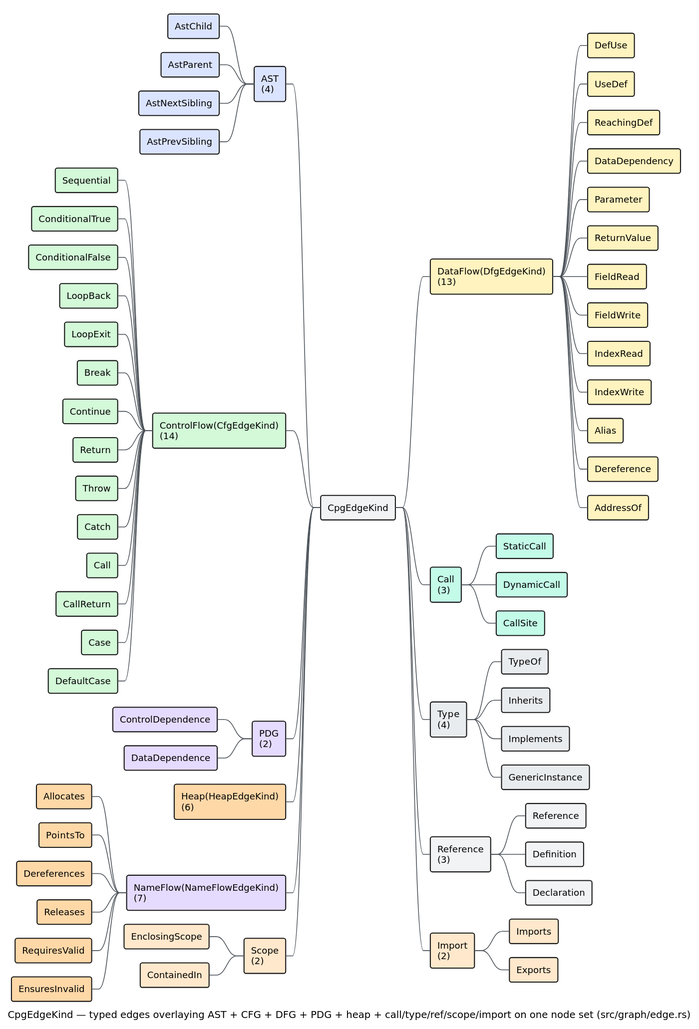
Earlier version of the PlantUML export docs/diagrams/edge-kind-taxonomy.svg (vinary-tree/libcpg). Its source is kept beside it as docs/diagrams/edge-kind-taxonomy.puml.
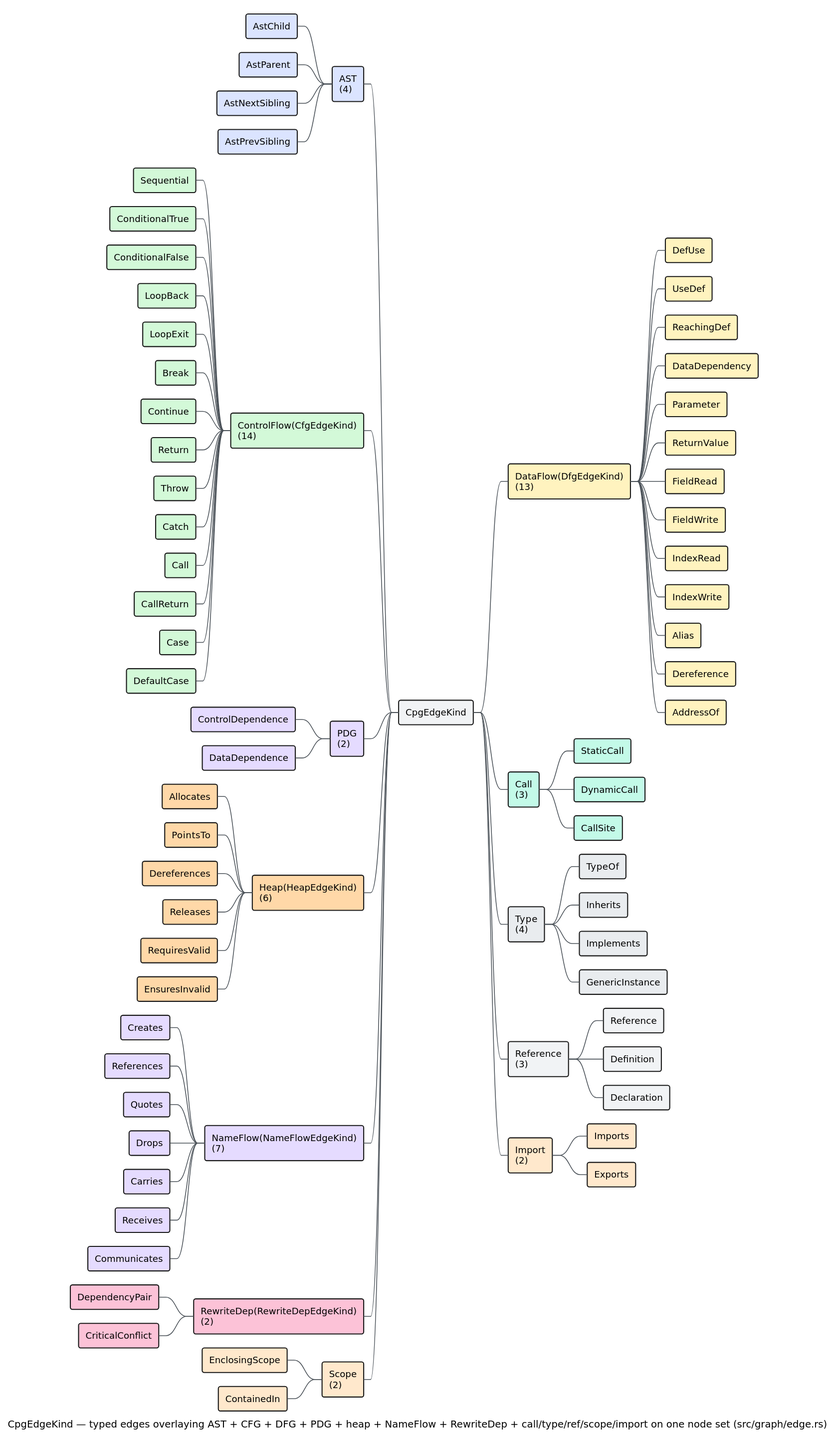
After the commit.

Diff of the diagram source:
```diff
@@ -1,6 +1,6 @@
 @startmindmap
 !include _libcpg-theme.iuml
-caption CpgEdgeKind — typed edges overlaying AST + CFG + DFG + PDG + heap + call/type/ref/scope/import on one node set (src/graph/edge.rs)
+caption CpgEdgeKind — typed edges overlaying AST + CFG + DFG + PDG + heap + NameFlow + RewriteDep + call/type/ref/scope/import on one node set (src/graph/edge.rs)
 
 *[#F1F3F5] CpgEdgeKind
 
@@ -33,13 +33,25 @@
 ***[#E5DBFF] DataDependence
 
 **[#FFD8A8] Heap(HeapEdgeKind)\n(6)
-**[#E5DBFF] NameFlow(NameFlowEdgeKind)\n(7)
 ***[#FFD8A8] Allocates
 ***[#FFD8A8] PointsTo
 ***[#FFD8A8] Dereferences
 ***[#FFD8A8] Releases
 ***[#FFD8A8] RequiresValid
 ***[#FFD8A8] EnsuresInvalid
+
+**[#E5DBFF] NameFlow(NameFlowEdgeKind)\n(7)
+***[#E5DBFF] Creates
+***[#E5DBFF] References
+***[#E5DBFF] Quotes
+***[#E5DBFF] Drops
+***[#E5DBFF] Carries
+***[#E5DBFF] Receives
+***[#E5DBFF] Communicates
+
+**[#FCC2D7] RewriteDep(RewriteDepEdgeKind)\n(2)
+***[#FCC2D7] DependencyPair
+***[#FCC2D7] CriticalConflict
 
 **[#FFE8CC] Scope\n(2)
 ***[#FFE8CC] EnclosingScope
```
